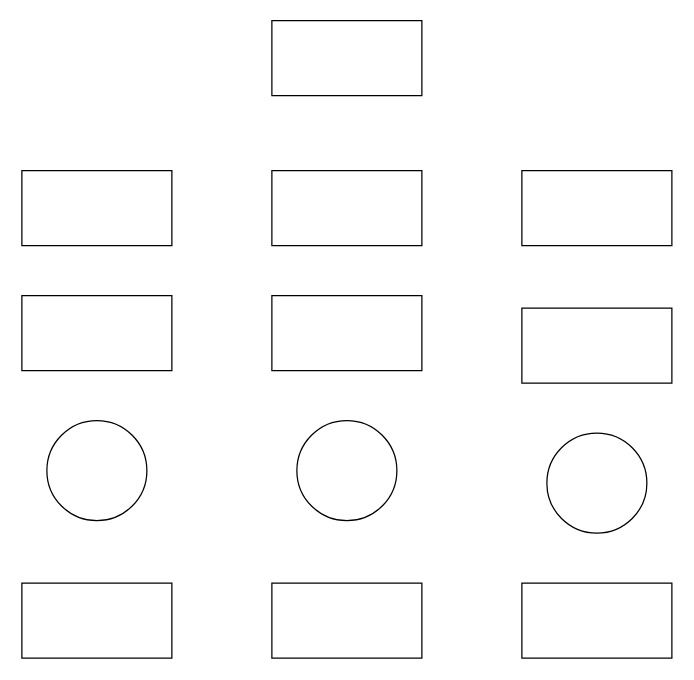
The draw.io diagram 江苏银行杯.drawio in ThinkingXuan/draw, before the edit. Source tidied: cells renumbered, new cells numbered last; positions are measured from the earlier drawing's top-left corner, leaving out a move shared by most shapes. Both pictures are drawn from the tidied source at 125%, with x=0, y=0 at pixel (21, 20).
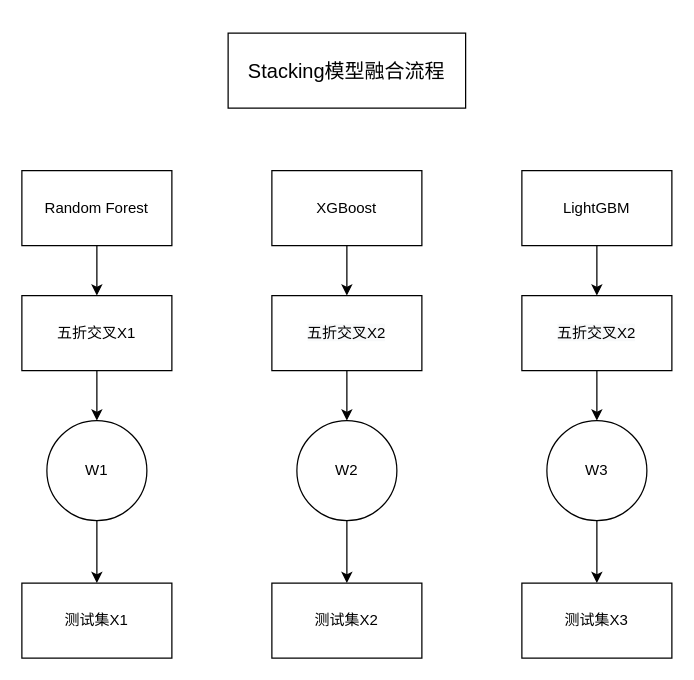
Above is the later version.

Commit message (it also covers changes not shown here):
更新江苏银行杯.drawio

What changed in the source:
```diff
@@
-    <mxCell id="2" style="rounded=0;whiteSpace=wrap;html=1;" parent="1" vertex="1">
-      <mxGeometry x="200" width="120" height="60" as="geometry" />
+    <mxCell id="2" value="&lt;p style=&quot;margin-top: 0pt ; margin-bottom: 0pt ; margin-left: 0in ; text-align: left ; direction: ltr ; unicode-bidi: embed ; word-break: normal ; font-size: 16px&quot;&gt;&lt;span&gt;Stacking&lt;/span&gt;&lt;span&gt;模型融合流程&lt;/span&gt;&lt;/p&gt;" style="rounded=0;whiteSpace=wrap;html=1;" parent="1" vertex="1">
+      <mxGeometry x="165" y="10" width="190" height="60" as="geometry" />
     </mxCell>
+    <mxCell id="15" style="edgeStyle=orthogonalEdgeStyle;rounded=0;jettySize=auto;html=1;exitX=0.5;exitY=1;exitDx=0;exitDy=0;entryX=0.5;entryY=0;entryDx=0;entryDy=0;" parent="1" edge="1" source="3" target="6">
+      <mxGeometry relative="1" as="geometry" />
+    </mxCell>
-    <mxCell id="3" style="rounded=0;whiteSpace=wrap;html=1;" parent="1" vertex="1">
+    <mxCell id="3" value="Random Forest" style="rounded=0;whiteSpace=wrap;html=1;" parent="1" vertex="1">
       <mxGeometry y="120" width="120" height="60" as="geometry" />
     </mxCell>
+    <mxCell id="16" style="edgeStyle=orthogonalEdgeStyle;rounded=0;jettySize=auto;html=1;exitX=0.5;exitY=1;exitDx=0;exitDy=0;entryX=0.5;entryY=0;entryDx=0;entryDy=0;" parent="1" edge="1" source="4" target="7">
+      <mxGeometry relative="1" as="geometry" />
+    </mxCell>
-    <mxCell id="4" style="rounded=0;whiteSpace=wrap;html=1;" parent="1" vertex="1">
+    <mxCell id="4" value="XGBoost" style="rounded=0;whiteSpace=wrap;html=1;" parent="1" vertex="1">
       <mxGeometry x="200" y="120" width="120" height="60" as="geometry" />
     </mxCell>
+    <mxCell id="17" style="edgeStyle=orthogonalEdgeStyle;rounded=0;jettySize=auto;html=1;entryX=0.5;entryY=0;entryDx=0;entryDy=0;" parent="1" edge="1" source="5" target="8">
+      <mxGeometry relative="1" as="geometry" />
+    </mxCell>
-    <mxCell id="5" style="rounded=0;whiteSpace=wrap;html=1;" parent="1" vertex="1">
+    <mxCell id="5" value="LightGBM" style="rounded=0;whiteSpace=wrap;html=1;" parent="1" vertex="1">
       <mxGeometry x="400" y="120" width="120" height="60" as="geometry" />
     </mxCell>
+    <mxCell id="18" style="edgeStyle=orthogonalEdgeStyle;rounded=0;jettySize=auto;html=1;exitX=0.5;exitY=1;exitDx=0;exitDy=0;entryX=0.5;entryY=0;entryDx=0;entryDy=0;" parent="1" edge="1" source="6" target="9">
+      <mxGeometry relative="1" as="geometry" />
+    </mxCell>
-    <mxCell id="6" style="rounded=0;whiteSpace=wrap;html=1;" parent="1" vertex="1">
+    <mxCell id="6" value="五折交叉X1" style="rounded=0;whiteSpace=wrap;html=1;" parent="1" vertex="1">
       <mxGeometry y="220" width="120" height="60" as="geometry" />
     </mxCell>
+    <mxCell id="19" style="edgeStyle=orthogonalEdgeStyle;rounded=0;jettySize=auto;html=1;exitX=0.5;exitY=1;exitDx=0;exitDy=0;" parent="1" edge="1" source="7" target="10">
+      <mxGeometry relative="1" as="geometry" />
+    </mxCell>
-    <mxCell id="7" style="rounded=0;whiteSpace=wrap;html=1;" parent="1" vertex="1">
+    <mxCell id="7" value="&lt;span style=&quot;color: rgb(0 , 0 , 0) ; font-family: &amp;#34;helvetica&amp;#34; ; font-size: 12px ; font-style: normal ; font-weight: 400 ; letter-spacing: normal ; text-align: center ; text-indent: 0px ; text-transform: none ; word-spacing: 0px ; background-color: rgb(248 , 249 , 250) ; display: inline ; float: none&quot;&gt;五折交叉X2&lt;/span&gt;" style="rounded=0;whiteSpace=wrap;html=1;" parent="1" vertex="1">
       <mxGeometry x="200" y="220" width="120" height="60" as="geometry" />
     </mxCell>
+    <mxCell id="20" style="edgeStyle=orthogonalEdgeStyle;rounded=0;jettySize=auto;html=1;" parent="1" edge="1" source="8" target="11">
+      <mxGeometry relative="1" as="geometry">
+        <Array as="points">
+          <mxPoint x="460" y="330" />
+          <mxPoint x="460" y="330" />
+        </Array>
+      </mxGeometry>
+    </mxCell>
-    <mxCell id="8" style="rounded=0;whiteSpace=wrap;html=1;" parent="1" vertex="1">
-      <mxGeometry x="400" y="230" width="120" height="60" as="geometry" />
+    <mxCell id="8" value="&lt;span style=&quot;color: rgb(0 , 0 , 0) ; font-family: &amp;#34;helvetica&amp;#34; ; font-size: 12px ; font-style: normal ; font-weight: 400 ; letter-spacing: normal ; text-align: center ; text-indent: 0px ; text-transform: none ; word-spacing: 0px ; background-color: rgb(248 , 249 , 250) ; display: inline ; float: none&quot;&gt;五折交叉X2&lt;/span&gt;" style="rounded=0;whiteSpace=wrap;html=1;" parent="1" vertex="1">
+      <mxGeometry x="400" y="220" width="120" height="60" as="geometry" />
     </mxCell>
+    <mxCell id="21" style="edgeStyle=orthogonalEdgeStyle;rounded=0;jettySize=auto;html=1;" parent="1" edge="1" source="9" target="12">
+      <mxGeometry relative="1" as="geometry" />
+    </mxCell>
-    <mxCell id="9" style="ellipse;whiteSpace=wrap;html=1;" parent="1" vertex="1">
+    <mxCell id="9" value="W1" style="ellipse;whiteSpace=wrap;html=1;" parent="1" vertex="1">
       <mxGeometry x="20" y="320" width="80" height="80" as="geometry" />
     </mxCell>
+    <mxCell id="22" style="edgeStyle=orthogonalEdgeStyle;rounded=0;jettySize=auto;html=1;entryX=0.5;entryY=0;entryDx=0;entryDy=0;" parent="1" edge="1" source="10" target="13">
+      <mxGeometry relative="1" as="geometry" />
+    </mxCell>
-    <mxCell id="10" style="ellipse;whiteSpace=wrap;html=1;" parent="1" vertex="1">
+    <mxCell id="10" value="W2" style="ellipse;whiteSpace=wrap;html=1;" parent="1" vertex="1">
       <mxGeometry x="220" y="320" width="80" height="80" as="geometry" />
     </mxCell>
+    <mxCell id="23" style="edgeStyle=orthogonalEdgeStyle;rounded=0;jettySize=auto;html=1;entryX=0.5;entryY=0;entryDx=0;entryDy=0;" parent="1" edge="1" source="11" target="14">
+      <mxGeometry relative="1" as="geometry" />
+    </mxCell>
-    <mxCell id="11" style="ellipse;whiteSpace=wrap;html=1;" parent="1" vertex="1">
-      <mxGeometry x="420" y="330" width="80" height="80" as="geometry" />
+    <mxCell id="11" value="W3" style="ellipse;whiteSpace=wrap;html=1;" parent="1" vertex="1">
+      <mxGeometry x="420" y="320" width="80" height="80" as="geometry" />
     </mxCell>
-    <mxCell id="12" style="rounded=0;whiteSpace=wrap;html=1;" parent="1" vertex="1">
+    <mxCell id="12" value="测试集X1" style="rounded=0;whiteSpace=wrap;html=1;" parent="1" vertex="1">
       <mxGeometry y="450" width="120" height="60" as="geometry" />
     </mxCell>
-    <mxCell id="13" style="rounded=0;whiteSpace=wrap;html=1;" parent="1" vertex="1">
+    <mxCell id="13" value="测试集X2" style="rounded=0;whiteSpace=wrap;html=1;" parent="1" vertex="1">
       <mxGeometry x="200" y="450" width="120" height="60" as="geometry" />
     </mxCell>
-    <mxCell id="14" style="rounded=0;whiteSpace=wrap;html=1;" parent="1" vertex="1">
+    <mxCell id="14" value="测试集X3" style="rounded=0;whiteSpace=wrap;html=1;" parent="1" vertex="1">
       <mxGeometry x="400" y="450" width="120" height="60" as="geometry" />
     </mxCell>
```
